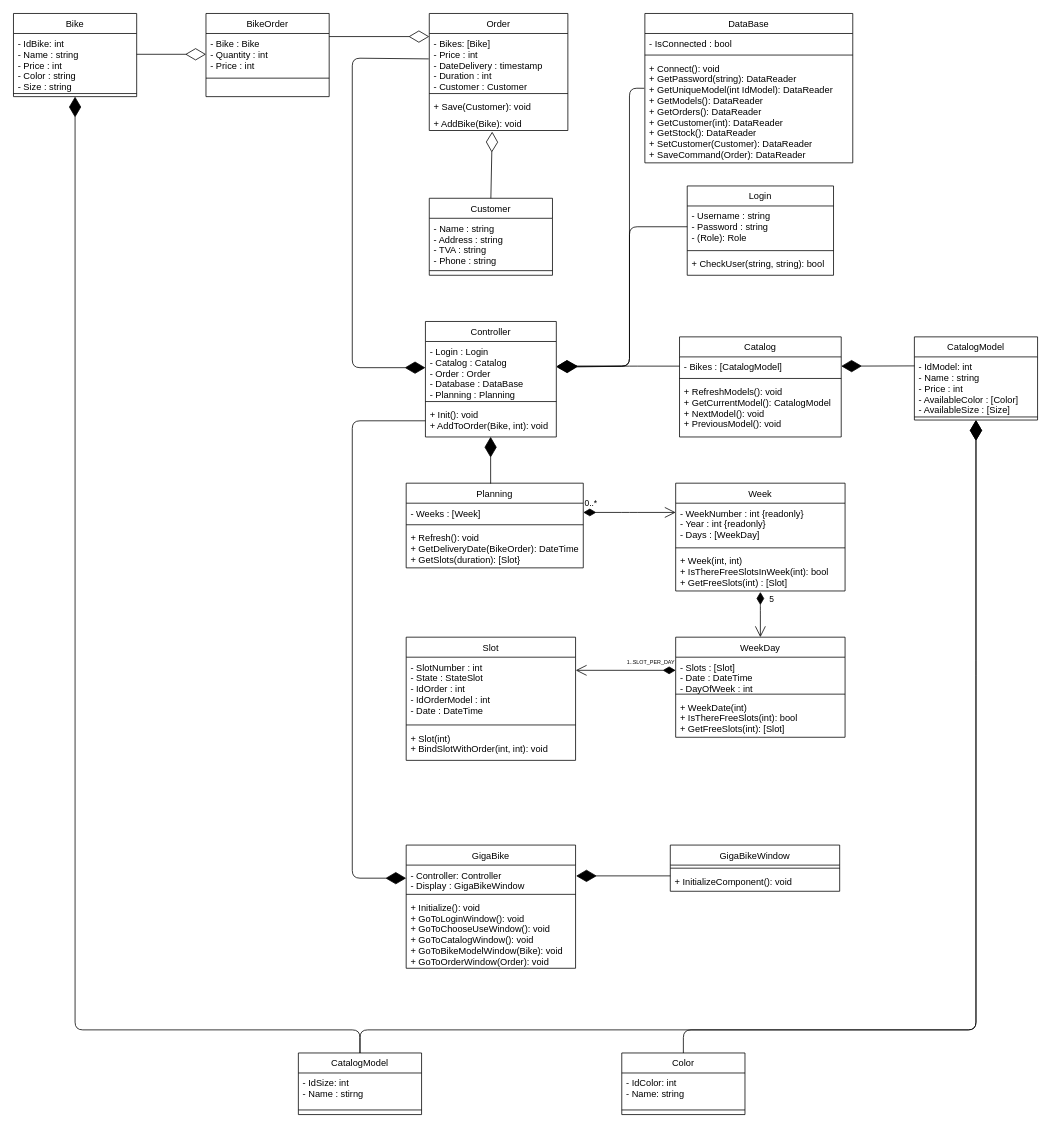
alex210501/GigaBike keeps this draw.io diagram as Diagrams/ClassDiagram.drawio. Above is the earlier version. Source tidied: cells renumbered, new cells numbered last; positions are measured from the earlier drawing's top-left corner, leaving out a move shared by most shapes. Both pictures are drawn from the tidied source at 77%, with x=0, y=0 at pixel (13, 13).
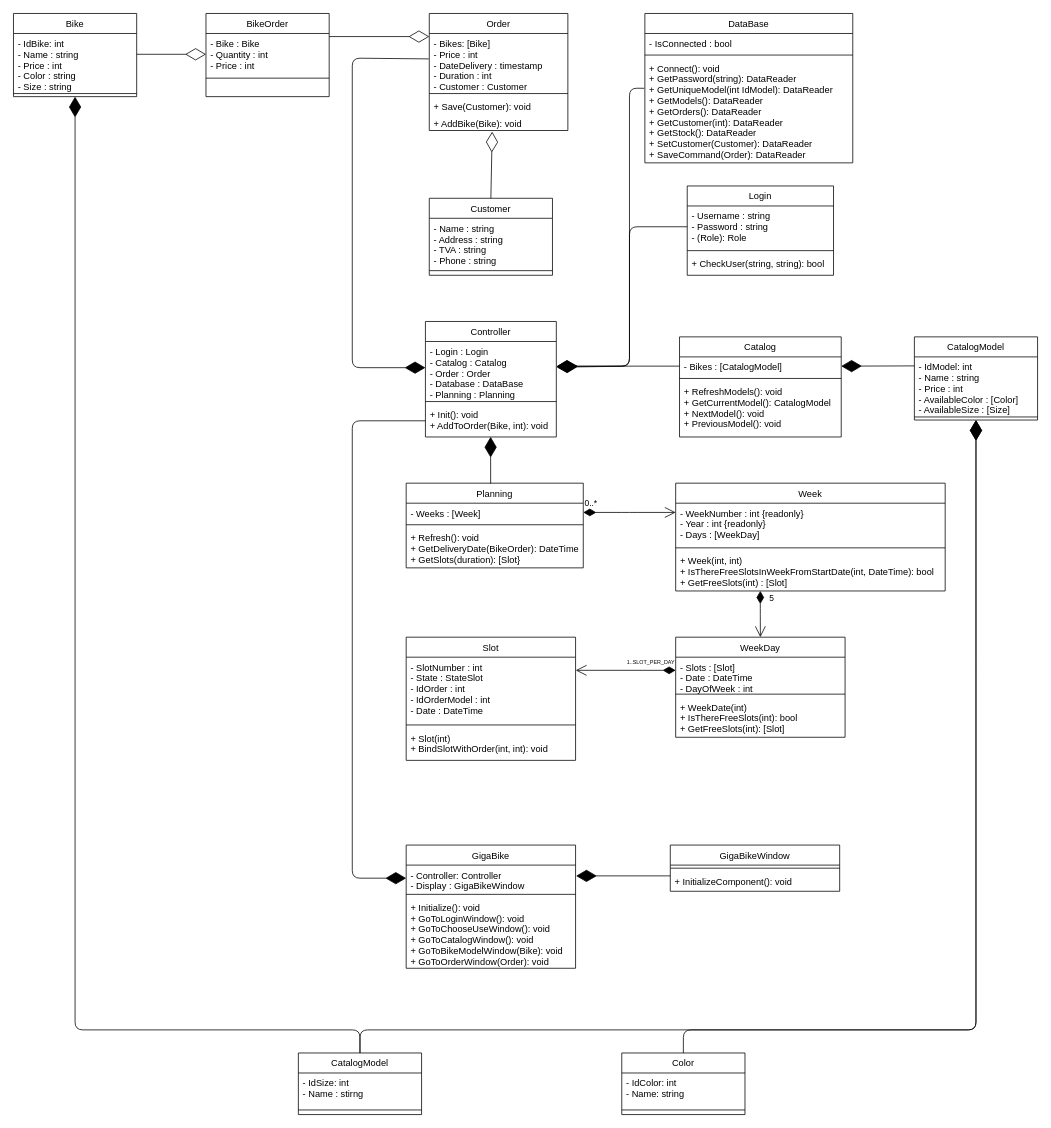
The same page after the edit.

Commit message (it also covers changes not shown here):
Check if there is free slot on week and days

Unchanged cells that the change refers to:
```xml
<mxCell id="70" value="WeekDay" style="swimlane;fontStyle=0;align=center;verticalAlign=top;horizontal=1;startSize=26;rounded=0;shadow=0;strokeWidth=1;" parent="1" vertex="1">
  <mxGeometry x="860" y="810" width="220" height="130" as="geometry" />
</mxCell>
```

Diff of the diagram source:
```diff
@@
     <mxCell id="66" value="Week" style="swimlane;fontStyle=0;align=center;verticalAlign=top;horizontal=1;startSize=26;rounded=0;shadow=0;strokeWidth=1;" parent="1" vertex="1">
-      <mxGeometry x="860" y="610" width="220" height="140" as="geometry" />
+      <mxGeometry x="860" y="610" width="350" height="140" as="geometry" />
     </mxCell>
     <mxCell id="67" value="- WeekNumber : int {readonly}&#10;- Year : int {readonly}&#10;- Days : [WeekDay]" style="text;align=left;verticalAlign=top;spacingLeft=4;spacingRight=4;overflow=hidden;" parent="66" vertex="1">
-      <mxGeometry y="26" width="220" height="54" as="geometry" />
+      <mxGeometry y="26" width="350" height="54" as="geometry" />
     </mxCell>
     <mxCell id="68" style="line;html=1;strokeWidth=1;align=left;verticalAlign=middle;spacingTop=-1;spacingLeft=3;spacingRight=3;labelPosition=right;" parent="66" vertex="1">
-      <mxGeometry y="80" width="220" height="8" as="geometry" />
+      <mxGeometry y="80" width="350" height="8" as="geometry" />
     </mxCell>
-    <mxCell id="69" value="+ Week(int, int)&#10;+ IsThereFreeSlotsInWeek(int): bool&#10;+ GetFreeSlots(int) : [Slot]" style="text;align=left;verticalAlign=top;spacingLeft=4;spacingRight=4;overflow=hidden;points=[[0,0.5],[1,0.5]];portConstraint=eastwest;" parent="66" vertex="1">
-      <mxGeometry y="88" width="220" height="52" as="geometry" />
+    <mxCell id="69" value="+ Week(int, int)&#10;+ IsThereFreeSlotsInWeekFromStartDate(int, DateTime): bool&#10;+ GetFreeSlots(int) : [Slot]" style="text;align=left;verticalAlign=top;spacingLeft=4;spacingRight=4;overflow=hidden;points=[[0,0.5],[1,0.5]];portConstraint=eastwest;" parent="66" vertex="1">
+      <mxGeometry y="88" width="350" height="52" as="geometry" />
     </mxCell>
@@
-    <mxCell id="79" value="5" style="endArrow=open;html=1;endSize=12;startArrow=diamondThin;startSize=14;startFill=1;edgeStyle=orthogonalEdgeStyle;align=left;verticalAlign=bottom;exitX=0.5;exitY=1.025;exitDx=0;exitDy=0;exitPerimeter=0;entryX=0.5;entryY=0;entryDx=0;entryDy=0;" parent="1" edge="1" source="69" target="70">
-      <mxGeometry x="-0.36" y="10" relative="1" as="geometry">
-        <Array as="points">
-          <mxPoint x="970" y="770" />
-          <mxPoint x="970" y="770" />
-        </Array>
-      </mxGeometry>
+    <mxCell id="79" value="5" style="endArrow=open;html=1;endSize=12;startArrow=diamondThin;startSize=14;startFill=1;edgeStyle=orthogonalEdgeStyle;align=left;verticalAlign=bottom;exitX=0.314;exitY=0.999;exitDx=0;exitDy=0;exitPerimeter=0;entryX=0.5;entryY=0;entryDx=0;entryDy=0;" parent="1" edge="1" source="69" target="70">
+      <mxGeometry x="-0.36" y="10" relative="1" as="geometry" />
     </mxCell>
```
